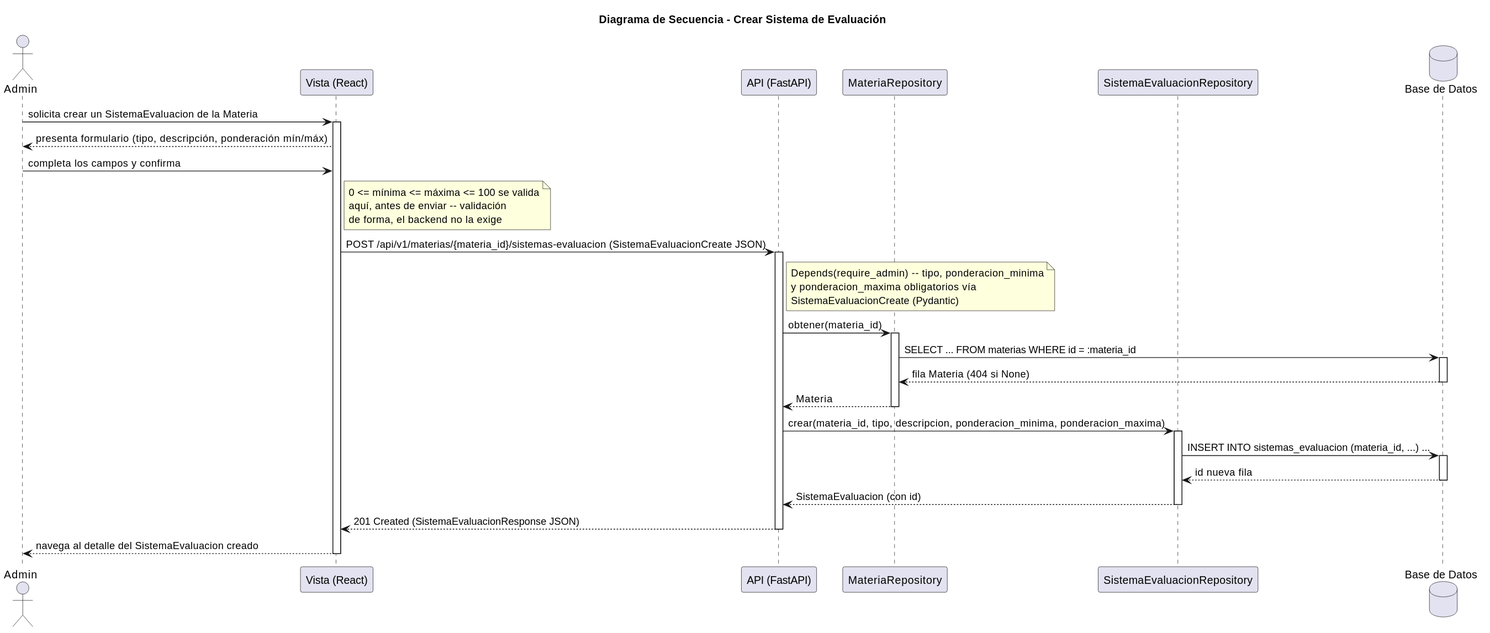
mmasias/pyCeldaPublico keeps this PlantUML diagram as images/RUP/03-diseño/casos-uso/crearSistemaEvaluacion/secuencia.svg. Above is the earlier version. The source it was exported from:
```plantuml
@startuml
title Diagrama de Secuencia - Crear Sistema de Evaluación

actor "Admin" as Admin
participant "Vista (React)" as Vista
participant "API (FastAPI)" as API
participant "MateriaRepository" as MateriaRepo
participant "SistemaEvaluacionRepository" as SistemaRepo
database "Base de Datos" as DB

Admin -> Vista: solicita crear un SistemaEvaluacion de la Materia
activate Vista
Vista --> Admin: presenta formulario (tipo, descripción, ponderación mín/máx)
Admin -> Vista: completa los campos y confirma
note right of Vista: 0 <= mínima <= máxima <= 100 se valida\naquí, antes de enviar -- validación\nde forma, el backend no la exige
Vista -> API: POST /api/v1/materias/{materia_id}/sistemas-evaluacion (SistemaEvaluacionCreate JSON)
activate API
note right of API: Depends(require_admin) -- tipo, ponderacion_minima\ny ponderacion_maxima obligatorios vía\nSistemaEvaluacionCreate (Pydantic)
API -> MateriaRepo: obtener(materia_id)
activate MateriaRepo
MateriaRepo -> DB: SELECT ... FROM materias WHERE id = :materia_id
activate DB
DB --> MateriaRepo: fila Materia (404 si None)
deactivate DB
MateriaRepo --> API: Materia
deactivate MateriaRepo

API -> SistemaRepo: crear(materia_id, tipo, descripcion, ponderacion_minima, ponderacion_maxima)
activate SistemaRepo
SistemaRepo -> DB: INSERT INTO sistemas_evaluacion (materia_id, ...) ...
activate DB
DB --> SistemaRepo: id nueva fila
deactivate DB
SistemaRepo --> API: SistemaEvaluacion (con id)
deactivate SistemaRepo

API --> Vista: 201 Created (SistemaEvaluacionResponse JSON)
deactivate API
Vista --> Admin: navega al detalle del SistemaEvaluacion creado
deactivate Vista
@enduml
```
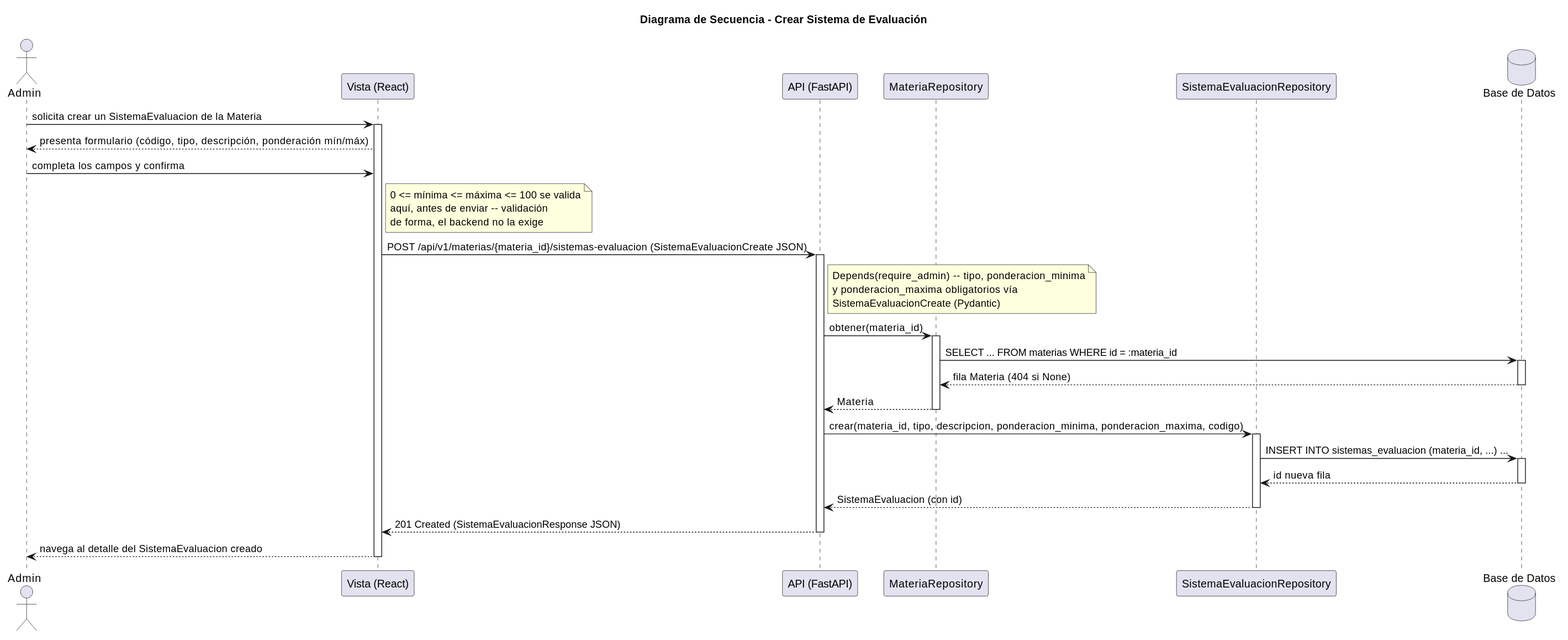
After the change.

What changed in the source:
```diff
@@ -10,7 +10,7 @@
 
 Admin -> Vista: solicita crear un SistemaEvaluacion de la Materia
 activate Vista
-Vista --> Admin: presenta formulario (tipo, descripción, ponderación mín/máx)
+Vista --> Admin: presenta formulario (código, tipo, descripción, ponderación mín/máx)
 Admin -> Vista: completa los campos y confirma
 note right of Vista: 0 <= mínima <= máxima <= 100 se valida\naquí, antes de enviar -- validación\nde forma, el backend no la exige
 Vista -> API: POST /api/v1/materias/{materia_id}/sistemas-evaluacion (SistemaEvaluacionCreate JSON)
@@ -25,7 +25,7 @@
 MateriaRepo --> API: Materia
 deactivate MateriaRepo
 
-API -> SistemaRepo: crear(materia_id, tipo, descripcion, ponderacion_minima, ponderacion_maxima)
+API -> SistemaRepo: crear(materia_id, tipo, descripcion, ponderacion_minima, ponderacion_maxima, codigo)
 activate SistemaRepo
 SistemaRepo -> DB: INSERT INTO sistemas_evaluacion (materia_id, ...) ...
 activate DB
```
